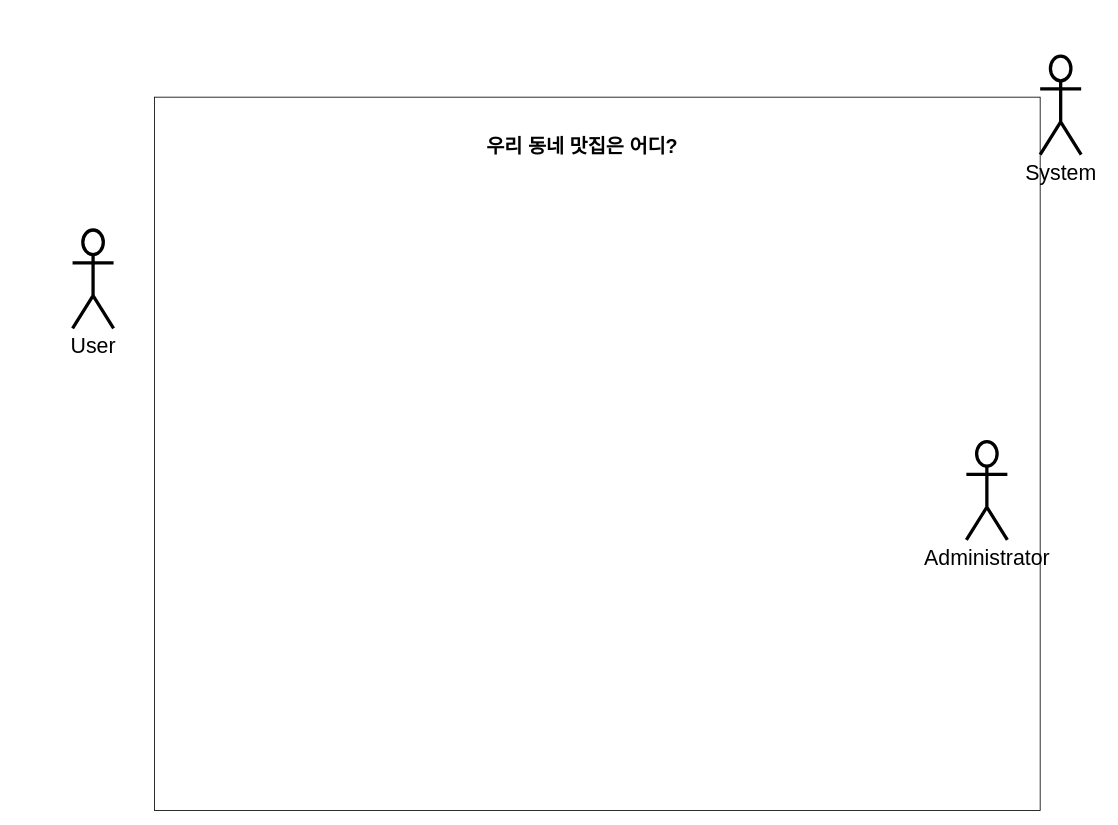
Earlier version of the draw.io diagram Report2/Use case analysis.drawio (yujin1875/SW_project1). Source tidied: cells renumbered, new cells numbered last; positions are measured from the earlier drawing's top-left corner, leaving out a move shared by most shapes. Both pictures are drawn from the tidied source at 82%, with x=0, y=0 at pixel (72, 56).
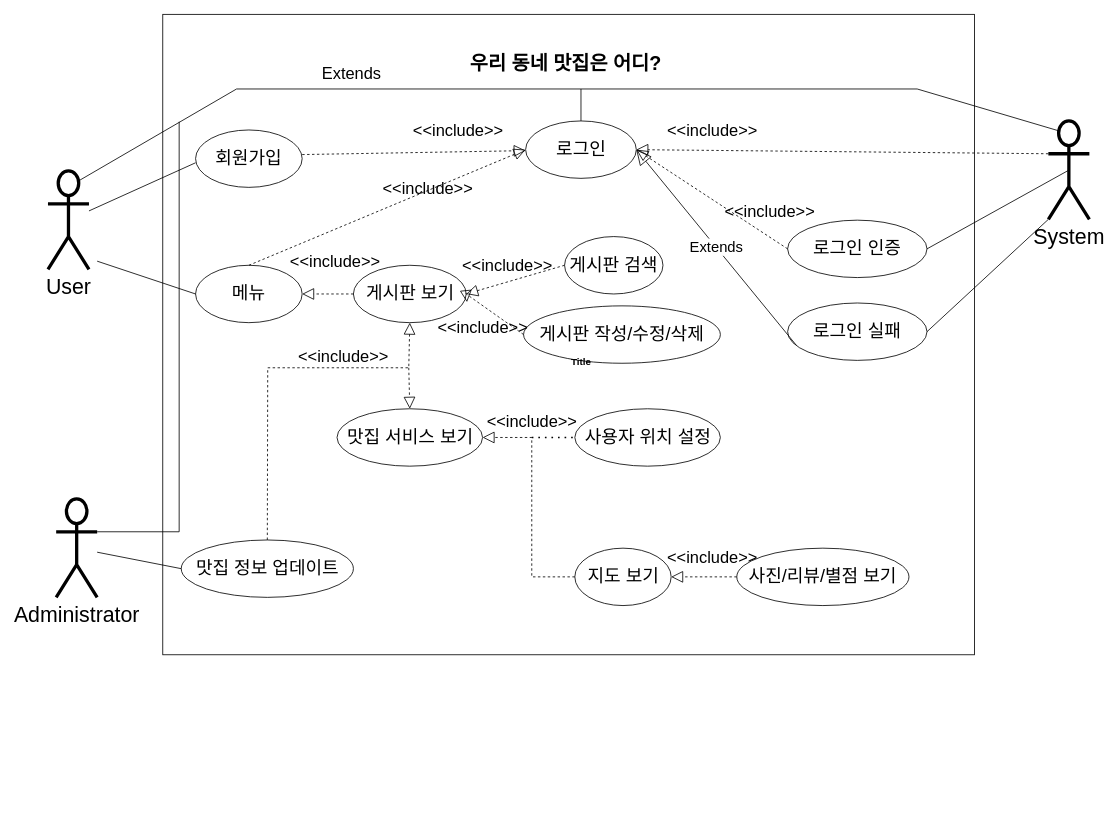
After the change.

Change to the diagram source:
```diff
@@
     <mxCell id="2" value="User" style="shape=umlActor;verticalLabelPosition=bottom;verticalAlign=top;html=1;outlineConnect=0;strokeWidth=4;fontSize=26;" parent="1" vertex="1">
-      <mxGeometry y="212" width="50" height="120" as="geometry" />
+      <mxGeometry x="-30" y="140" width="50" height="120" as="geometry" />
     </mxCell>
     <mxCell id="3" style="rounded=0;whiteSpace=wrap;html=1;" parent="1" vertex="1">
-      <mxGeometry x="100" y="50" width="1080" height="870" as="geometry" />
+      <mxGeometry x="110" y="-51" width="990" height="781" as="geometry" />
     </mxCell>
     <mxCell id="4" value="&lt;h1&gt;우리 동네 맛집은 어디?&lt;/h1&gt;" style="text;html=1;strokeColor=none;fillColor=none;spacing=5;spacingTop=-20;whiteSpace=wrap;overflow=hidden;rounded=0;" parent="1" vertex="1">
-      <mxGeometry x="500" y="90" width="280" height="40" as="geometry" />
+      <mxGeometry x="480" y="-11" width="280" height="40" as="geometry" />
     </mxCell>
     <mxCell id="5" value="Administrator" style="shape=umlActor;verticalLabelPosition=bottom;verticalAlign=top;html=1;outlineConnect=0;strokeWidth=4;fontSize=26;" parent="1" vertex="1">
-      <mxGeometry x="1090" y="470" width="50" height="120" as="geometry" />
+      <mxGeometry x="-20" y="540" width="50" height="120" as="geometry" />
     </mxCell>
     <mxCell id="6" value="System" style="shape=umlActor;verticalLabelPosition=bottom;verticalAlign=top;html=1;outlineConnect=0;strokeWidth=4;fontSize=26;" parent="1" vertex="1">
-      <mxGeometry x="1180" width="50" height="120" as="geometry" />
+      <mxGeometry x="1190" y="79" width="50" height="120" as="geometry" />
     </mxCell>
+    <mxCell id="7" value="&lt;font style=&quot;font-size: 22px;&quot;&gt;회원가입&lt;/font&gt;" style="ellipse;whiteSpace=wrap;html=1;" parent="1" vertex="1">
+      <mxGeometry x="150" y="90" width="130" height="70" as="geometry" />
+    </mxCell>
+    <mxCell id="8" value="&lt;font style=&quot;font-size: 22px;&quot;&gt;메뉴&lt;/font&gt;" style="ellipse;whiteSpace=wrap;html=1;" parent="1" vertex="1">
+      <mxGeometry x="150" y="255" width="130" height="70" as="geometry" />
+    </mxCell>
+    <mxCell id="9" value="&lt;font style=&quot;font-size: 22px;&quot;&gt;맛집 정보 업데이트&lt;/font&gt;" style="ellipse;whiteSpace=wrap;html=1;" parent="1" vertex="1">
+      <mxGeometry x="132.5" y="590" width="210" height="70" as="geometry" />
+    </mxCell>
+    <mxCell id="10" value="&lt;font style=&quot;font-size: 22px;&quot;&gt;로그인&lt;/font&gt;" style="ellipse;whiteSpace=wrap;html=1;" parent="1" vertex="1">
+      <mxGeometry x="552.5" y="79" width="135" height="70" as="geometry" />
+    </mxCell>
+    <mxCell id="11" value="&lt;font style=&quot;font-size: 22px;&quot;&gt;로그인 인증&lt;/font&gt;" style="ellipse;whiteSpace=wrap;html=1;" parent="1" vertex="1">
+      <mxGeometry x="872" y="200" width="170" height="70" as="geometry" />
+    </mxCell>
+    <mxCell id="12" value="&lt;font style=&quot;font-size: 22px;&quot;&gt;로그인 실패&lt;/font&gt;" style="ellipse;whiteSpace=wrap;html=1;" parent="1" vertex="1">
+      <mxGeometry x="872" y="301" width="170" height="70" as="geometry" />
+    </mxCell>
+    <mxCell id="13" value="&lt;font style=&quot;font-size: 22px;&quot;&gt;게시판 보기&lt;/font&gt;" style="ellipse;whiteSpace=wrap;html=1;" parent="1" vertex="1">
+      <mxGeometry x="342.5" y="255" width="137.5" height="70" as="geometry" />
+    </mxCell>
+    <mxCell id="14" value="&lt;font style=&quot;font-size: 22px;&quot;&gt;맛집 서비스 보기&lt;/font&gt;" style="ellipse;whiteSpace=wrap;html=1;" parent="1" vertex="1">
+      <mxGeometry x="322.5" y="430" width="177.5" height="70" as="geometry" />
+    </mxCell>
+    <mxCell id="15" value="&lt;font style=&quot;font-size: 22px;&quot;&gt;게시판 검색&lt;/font&gt;" style="ellipse;whiteSpace=wrap;html=1;" parent="1" vertex="1">
+      <mxGeometry x="600" y="220" width="120" height="70" as="geometry" />
+    </mxCell>
+    <mxCell id="16" value="&lt;font style=&quot;font-size: 22px;&quot;&gt;게시판 작성/수정/삭제&lt;/font&gt;" style="ellipse;whiteSpace=wrap;html=1;" parent="1" vertex="1">
+      <mxGeometry x="550" y="304.5" width="240" height="70" as="geometry" />
+    </mxCell>
+    <mxCell id="17" value="&lt;font style=&quot;font-size: 22px;&quot;&gt;사용자 위치 설정&lt;/font&gt;" style="ellipse;whiteSpace=wrap;html=1;" parent="1" vertex="1">
+      <mxGeometry x="612.5" y="430" width="177.5" height="70" as="geometry" />
+    </mxCell>
+    <mxCell id="18" value="&lt;font style=&quot;font-size: 22px;&quot;&gt;지도 보기&lt;/font&gt;" style="ellipse;whiteSpace=wrap;html=1;" parent="1" vertex="1">
+      <mxGeometry x="612.5" y="600" width="117.5" height="70" as="geometry" />
+    </mxCell>
+    <mxCell id="19" value="&lt;font style=&quot;font-size: 22px;&quot;&gt;사진/리뷰/별점 보기&lt;/font&gt;" style="ellipse;whiteSpace=wrap;html=1;" parent="1" vertex="1">
+      <mxGeometry x="810" y="600" width="210" height="70" as="geometry" />
+    </mxCell>
+    <mxCell id="20" style="endArrow=none;html=1;rounded=0;" parent="1" edge="1" source="2">
+      <mxGeometry relative="1" as="geometry">
+        <mxPoint x="150" y="130" as="targetPoint" />
+      </mxGeometry>
+    </mxCell>
+    <mxCell id="21" style="endArrow=none;html=1;rounded=0;entryX=0;entryY=0.5;entryDx=0;entryDy=0;" parent="1" edge="1" target="8">
+      <mxGeometry relative="1" as="geometry">
+        <mxPoint x="30" y="250" as="sourcePoint" />
+      </mxGeometry>
+    </mxCell>
+    <mxCell id="22" style="endArrow=none;html=1;rounded=0;entryX=0;entryY=0.5;entryDx=0;entryDy=0;" parent="1" edge="1" source="5" target="9">
+      <mxGeometry relative="1" as="geometry" />
+    </mxCell>
+    <mxCell id="23" style="endArrow=block;dashed=1;endFill=0;endSize=12;html=1;rounded=0;" parent="1" edge="1" target="10">
+      <mxGeometry relative="1" as="geometry">
+        <mxPoint x="280" y="120" as="sourcePoint" />
+      </mxGeometry>
+    </mxCell>
+    <mxCell id="24" style="endArrow=block;dashed=1;endFill=0;endSize=12;html=1;rounded=0;exitX=0.5;exitY=0;exitDx=0;exitDy=0;entryX=0;entryY=0.5;entryDx=0;entryDy=0;" parent="1" edge="1" source="8" target="10">
+      <mxGeometry relative="1" as="geometry" />
+    </mxCell>
+    <mxCell id="25" style="endArrow=block;dashed=1;endFill=0;endSize=12;html=1;rounded=0;entryX=1;entryY=0.5;entryDx=0;entryDy=0;exitX=0;exitY=0.5;exitDx=0;exitDy=0;" parent="1" edge="1" source="15" target="13">
+      <mxGeometry relative="1" as="geometry" />
+    </mxCell>
+    <mxCell id="26" style="endArrow=block;dashed=1;endFill=0;endSize=12;html=1;rounded=0;exitX=0;exitY=0.5;exitDx=0;exitDy=0;entryX=1.007;entryY=0.643;entryDx=0;entryDy=0;entryPerimeter=0;" parent="1" edge="1" source="16" target="13">
+      <mxGeometry relative="1" as="geometry">
+        <Array as="points">
+          <mxPoint x="480" y="290" />
+        </Array>
+      </mxGeometry>
+    </mxCell>
+    <mxCell id="27" style="endArrow=block;dashed=1;endFill=0;endSize=12;html=1;rounded=0;entryX=0.5;entryY=1;entryDx=0;entryDy=0;exitX=0.5;exitY=0;exitDx=0;exitDy=0;" parent="1" edge="1" source="9" target="13">
+      <mxGeometry relative="1" as="geometry">
+        <Array as="points">
+          <mxPoint x="238" y="380" />
+          <mxPoint x="410" y="380" />
+        </Array>
+      </mxGeometry>
+    </mxCell>
+    <mxCell id="28" style="endArrow=block;dashed=1;endFill=0;endSize=12;html=1;rounded=0;entryX=0.5;entryY=0;entryDx=0;entryDy=0;" parent="1" edge="1" target="14">
+      <mxGeometry relative="1" as="geometry">
+        <mxPoint x="410" y="380" as="sourcePoint" />
+      </mxGeometry>
+    </mxCell>
+    <mxCell id="29" style="endArrow=block;dashed=1;endFill=0;endSize=12;html=1;rounded=0;entryX=1;entryY=0.5;entryDx=0;entryDy=0;exitX=0;exitY=0.5;exitDx=0;exitDy=0;" parent="1" edge="1" source="13" target="8">
+      <mxGeometry relative="1" as="geometry" />
+    </mxCell>
+    <mxCell id="30" style="endArrow=block;dashed=1;endFill=0;endSize=12;html=1;rounded=0;exitX=0;exitY=0.5;exitDx=0;exitDy=0;entryX=1;entryY=0.5;entryDx=0;entryDy=0;" parent="1" edge="1" source="18" target="14">
+      <mxGeometry relative="1" as="geometry">
+        <Array as="points">
+          <mxPoint x="560" y="635" />
+          <mxPoint x="560" y="465" />
+        </Array>
+      </mxGeometry>
+    </mxCell>
+    <mxCell id="31" style="endArrow=none;dashed=1;html=1;dashPattern=1 3;strokeWidth=2;rounded=0;entryX=0;entryY=0.5;entryDx=0;entryDy=0;" parent="1" edge="1" target="17">
+      <mxGeometry relative="1" as="geometry">
+        <mxPoint x="560" y="465" as="sourcePoint" />
+      </mxGeometry>
+    </mxCell>
+    <mxCell id="32" style="endArrow=block;dashed=1;endFill=0;endSize=12;html=1;rounded=0;entryX=1;entryY=0.5;entryDx=0;entryDy=0;exitX=0;exitY=0.5;exitDx=0;exitDy=0;" parent="1" edge="1" source="19" target="18">
+      <mxGeometry relative="1" as="geometry" />
+    </mxCell>
+    <mxCell id="33" style="endArrow=block;dashed=1;endFill=0;endSize=12;html=1;rounded=0;exitX=0;exitY=0.3333333333333333;exitDx=0;exitDy=0;exitPerimeter=0;entryX=1;entryY=0.5;entryDx=0;entryDy=0;" parent="1" edge="1" source="6" target="10">
+      <mxGeometry relative="1" as="geometry" />
+    </mxCell>
+    <mxCell id="34" style="endArrow=block;dashed=1;endFill=0;endSize=12;html=1;rounded=0;exitX=0;exitY=0.5;exitDx=0;exitDy=0;entryX=1;entryY=0.5;entryDx=0;entryDy=0;" parent="1" edge="1" source="11" target="10">
+      <mxGeometry relative="1" as="geometry" />
+    </mxCell>
+    <mxCell id="35" style="endArrow=none;html=1;rounded=0;entryX=1;entryY=0.5;entryDx=0;entryDy=0;exitX=0.5;exitY=0.5;exitDx=0;exitDy=0;exitPerimeter=0;" parent="1" edge="1" source="6" target="11">
+      <mxGeometry relative="1" as="geometry" />
+    </mxCell>
+    <mxCell id="36" style="endArrow=none;html=1;rounded=0;entryX=0;entryY=1;entryDx=0;entryDy=0;entryPerimeter=0;exitX=1;exitY=0.5;exitDx=0;exitDy=0;" parent="1" edge="1" source="12" target="6">
+      <mxGeometry relative="1" as="geometry" />
+    </mxCell>
+    <mxCell id="37" value="Extends" style="endArrow=block;endSize=16;endFill=0;html=1;rounded=0;entryX=1;entryY=0.5;entryDx=0;entryDy=0;exitX=0.063;exitY=0.738;exitDx=0;exitDy=0;exitPerimeter=0;fontSize=18;" parent="1" edge="1" source="12" target="10">
+      <mxGeometry relative="1" as="geometry" />
+    </mxCell>
+    <mxCell id="38" value="Title" style="text;align=center;fontStyle=1;verticalAlign=middle;spacingLeft=3;spacingRight=3;strokeColor=none;html=1;" parent="1" vertex="1">
+      <mxGeometry x="580" y="360" width="80" height="26" as="geometry" />
+    </mxCell>
+    <mxCell id="39" value="&lt;font style=&quot;font-size: 20px;&quot;&gt;&lt;font style=&quot;font-size: 20px;&quot;&gt;&amp;lt;&amp;lt;incl&lt;/font&gt;ude&amp;gt;&amp;gt;&lt;/font&gt;" style="text;align=center;fontStyle=0;verticalAlign=middle;spacingLeft=3;spacingRight=3;strokeColor=none;html=1;fontSize=20;" parent="1" vertex="1">
+      <mxGeometry x="220" y="325" width="220" height="80" as="geometry" />
+    </mxCell>
+    <mxCell id="40" value="&lt;font style=&quot;font-size: 20px;&quot;&gt;&lt;font style=&quot;font-size: 20px;&quot;&gt;&amp;lt;&amp;lt;incl&lt;/font&gt;ude&amp;gt;&amp;gt;&lt;/font&gt;" style="text;align=center;fontStyle=0;verticalAlign=middle;spacingLeft=3;spacingRight=3;strokeColor=none;html=1;fontSize=20;" parent="1" vertex="1">
+      <mxGeometry x="210" y="210" width="220" height="80" as="geometry" />
+    </mxCell>
+    <mxCell id="41" value="&lt;font style=&quot;font-size: 20px;&quot;&gt;&lt;font style=&quot;font-size: 20px;&quot;&gt;&amp;lt;&amp;lt;incl&lt;/font&gt;ude&amp;gt;&amp;gt;&lt;/font&gt;" style="text;align=center;fontStyle=0;verticalAlign=middle;spacingLeft=3;spacingRight=3;strokeColor=none;html=1;fontSize=20;" parent="1" vertex="1">
+      <mxGeometry x="322.5" y="120" width="220" height="80" as="geometry" />
+    </mxCell>
+    <mxCell id="42" value="&lt;font style=&quot;font-size: 20px;&quot;&gt;&lt;font style=&quot;font-size: 20px;&quot;&gt;&amp;lt;&amp;lt;incl&lt;/font&gt;ude&amp;gt;&amp;gt;&lt;/font&gt;" style="text;align=center;fontStyle=0;verticalAlign=middle;spacingLeft=3;spacingRight=3;strokeColor=none;html=1;fontSize=20;" parent="1" vertex="1">
+      <mxGeometry x="360" y="50" width="220" height="80" as="geometry" />
+    </mxCell>
+    <mxCell id="43" value="&lt;font style=&quot;font-size: 20px;&quot;&gt;&lt;font style=&quot;font-size: 20px;&quot;&gt;&amp;lt;&amp;lt;incl&lt;/font&gt;ude&amp;gt;&amp;gt;&lt;/font&gt;" style="text;align=center;fontStyle=0;verticalAlign=middle;spacingLeft=3;spacingRight=3;strokeColor=none;html=1;fontSize=20;" parent="1" vertex="1">
+      <mxGeometry x="670" y="50" width="220" height="80" as="geometry" />
+    </mxCell>
+    <mxCell id="44" value="&lt;font style=&quot;font-size: 20px;&quot;&gt;&lt;font style=&quot;font-size: 20px;&quot;&gt;&amp;lt;&amp;lt;incl&lt;/font&gt;ude&amp;gt;&amp;gt;&lt;/font&gt;" style="text;align=center;fontStyle=0;verticalAlign=middle;spacingLeft=3;spacingRight=3;strokeColor=none;html=1;fontSize=20;" parent="1" vertex="1">
+      <mxGeometry x="740" y="149" width="220" height="80" as="geometry" />
+    </mxCell>
+    <mxCell id="45" value="&lt;font style=&quot;font-size: 20px;&quot;&gt;&lt;font style=&quot;font-size: 20px;&quot;&gt;&amp;lt;&amp;lt;incl&lt;/font&gt;ude&amp;gt;&amp;gt;&lt;/font&gt;" style="text;align=center;fontStyle=0;verticalAlign=middle;spacingLeft=3;spacingRight=3;strokeColor=none;html=1;fontSize=20;" parent="1" vertex="1">
+      <mxGeometry x="420" y="215" width="220" height="80" as="geometry" />
+    </mxCell>
+    <mxCell id="46" value="&lt;font style=&quot;font-size: 20px;&quot;&gt;&lt;font style=&quot;font-size: 20px;&quot;&gt;&amp;lt;&amp;lt;incl&lt;/font&gt;ude&amp;gt;&amp;gt;&lt;/font&gt;" style="text;align=center;fontStyle=0;verticalAlign=middle;spacingLeft=3;spacingRight=3;strokeColor=none;html=1;fontSize=20;" parent="1" vertex="1">
+      <mxGeometry x="390" y="290" width="220" height="80" as="geometry" />
+    </mxCell>
+    <mxCell id="47" value="&lt;font style=&quot;font-size: 20px;&quot;&gt;&lt;font style=&quot;font-size: 20px;&quot;&gt;&amp;lt;&amp;lt;incl&lt;/font&gt;ude&amp;gt;&amp;gt;&lt;/font&gt;" style="text;align=center;fontStyle=0;verticalAlign=middle;spacingLeft=3;spacingRight=3;strokeColor=none;html=1;fontSize=20;" parent="1" vertex="1">
+      <mxGeometry x="450" y="405" width="220" height="80" as="geometry" />
+    </mxCell>
+    <mxCell id="48" value="&lt;font style=&quot;font-size: 20px;&quot;&gt;&lt;font style=&quot;font-size: 20px;&quot;&gt;&amp;lt;&amp;lt;incl&lt;/font&gt;ude&amp;gt;&amp;gt;&lt;/font&gt;" style="text;align=center;fontStyle=0;verticalAlign=middle;spacingLeft=3;spacingRight=3;strokeColor=none;html=1;fontSize=20;" parent="1" vertex="1">
+      <mxGeometry x="670" y="570" width="220" height="80" as="geometry" />
+    </mxCell>
+    <mxCell id="49" style="endArrow=none;html=1;rounded=0;exitX=0.75;exitY=0.1;exitDx=0;exitDy=0;exitPerimeter=0;entryX=0.25;entryY=0.1;entryDx=0;entryDy=0;entryPerimeter=0;" parent="1" edge="1" source="2" target="6">
+      <mxGeometry relative="1" as="geometry">
+        <Array as="points">
+          <mxPoint x="200" y="40" />
+          <mxPoint x="620" y="40" />
+          <mxPoint x="1030" y="40" />
+        </Array>
+      </mxGeometry>
+    </mxCell>
+    <mxCell id="50" style="endArrow=none;html=1;rounded=0;exitX=0.5;exitY=0;exitDx=0;exitDy=0;" parent="1" edge="1" source="10">
+      <mxGeometry relative="1" as="geometry">
+        <mxPoint x="620" y="40" as="targetPoint" />
+      </mxGeometry>
+    </mxCell>
+    <mxCell id="51" value="Extends" style="text;align=center;fontStyle=0;verticalAlign=middle;spacingLeft=3;spacingRight=3;strokeColor=none;html=1;fontSize=20;" parent="1" vertex="1">
+      <mxGeometry x="230" y="-20" width="220" height="80" as="geometry" />
+    </mxCell>
+    <mxCell id="52" style="endArrow=none;html=1;rounded=0;exitX=1;exitY=0.3333333333333333;exitDx=0;exitDy=0;exitPerimeter=0;" parent="1" edge="1" source="5">
+      <mxGeometry relative="1" as="geometry">
+        <mxPoint x="130" y="80" as="targetPoint" />
+        <Array as="points">
+          <mxPoint x="130" y="580" />
+        </Array>
+      </mxGeometry>
+    </mxCell>
```
